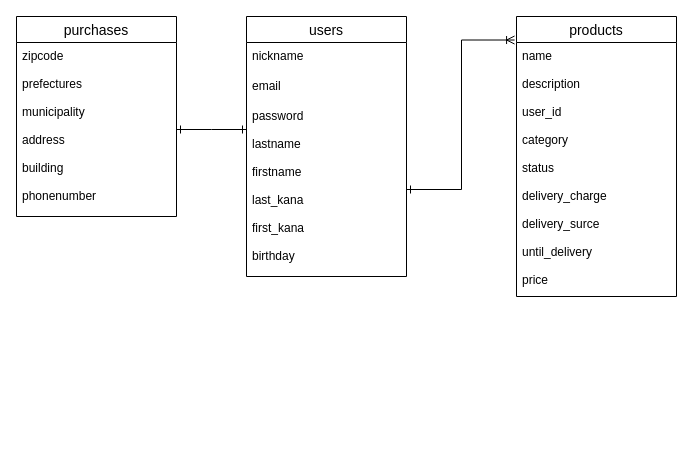
The draw.io diagram ER.dio in spirit-8/furima-35222, before the edit. Source tidied: cells renumbered, new cells numbered last; positions are measured from the earlier drawing's top-left corner, leaving out a move shared by most shapes. Both pictures are drawn from the tidied source at 100%, with x=0, y=0 at pixel (16, 16).
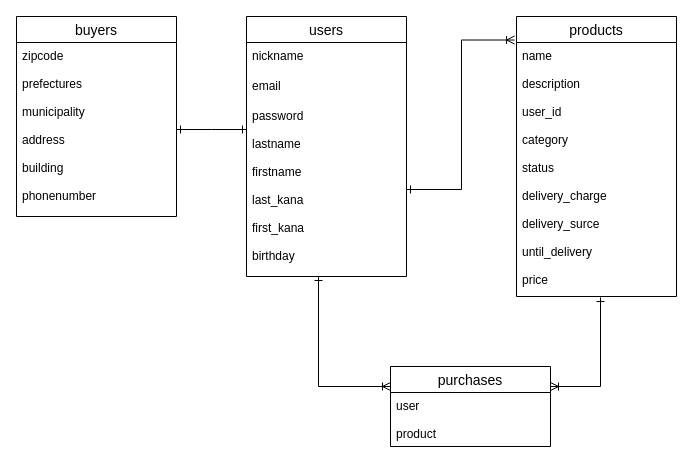
After the change.

Commit message (it also covers changes not shown here):
DB設計の修正

Diff of the diagram source:
```diff
@@
 <mxGraphModel>
   <root>
     <mxCell id="0" />
     <mxCell id="1" parent="0" />
     <mxCell id="2" value="users" style="swimlane;fontStyle=0;horizontal=1;startSize=26;align=center;fontSize=14;" parent="1" vertex="1">
       <mxGeometry x="230" width="160" height="260" as="geometry" />
     </mxCell>
     <mxCell id="3" value="nickname" style="text;strokeColor=none;fillColor=none;spacingLeft=4;spacingRight=4;overflow=hidden;fontSize=12;" parent="2" vertex="1">
       <mxGeometry y="26" width="160" height="30" as="geometry" />
     </mxCell>
     <mxCell id="4" value="email" style="text;strokeColor=none;fillColor=none;spacingLeft=4;spacingRight=4;overflow=hidden;fontSize=12;" parent="2" vertex="1">
       <mxGeometry y="56" width="160" height="30" as="geometry" />
     </mxCell>
     <mxCell id="5" value="password&#10;&#10;lastname&#10;&#10;firstname&#10;&#10;last_kana&#10;&#10;first_kana&#10;&#10;birthday&#10;" style="text;strokeColor=none;fillColor=none;spacingLeft=4;spacingRight=4;overflow=hidden;points=[[0,0.5],[1,0.5]];portConstraint=eastwest;fontSize=12;" parent="2" vertex="1">
       <mxGeometry y="86" width="160" height="174" as="geometry" />
     </mxCell>
     <mxCell id="6" value="products" style="swimlane;fontStyle=0;horizontal=1;startSize=26;align=center;fontSize=14;" parent="1" vertex="1">
       <mxGeometry x="500" width="160" height="280" as="geometry" />
     </mxCell>
     <mxCell id="7" value="name&#10;&#10;description&#10;&#10;user_id&#10;&#10;category&#10;&#10;status&#10;&#10;delivery_charge&#10;&#10;delivery_surce&#10;&#10;until_delivery&#10;&#10;price" style="text;strokeColor=none;fillColor=none;spacingLeft=4;spacingRight=4;overflow=hidden;points=[[0,0.5],[1,0.5]];portConstraint=eastwest;fontSize=12;" parent="6" vertex="1">
       <mxGeometry y="26" width="160" height="254" as="geometry" />
     </mxCell>
-    <mxCell id="8" value="purchases" style="swimlane;fontStyle=0;horizontal=1;startSize=26;align=center;fontSize=14;" parent="1" vertex="1">
+    <mxCell id="8" value="buyers" style="swimlane;fontStyle=0;horizontal=1;startSize=26;align=center;fontSize=14;" parent="1" vertex="1">
       <mxGeometry width="160" height="200" as="geometry" />
     </mxCell>
     <mxCell id="9" value="zipcode&#10;&#10;prefectures&#10;&#10;municipality&#10;&#10;address&#10;&#10;building&#10;&#10;phonenumber" style="text;strokeColor=none;fillColor=none;spacingLeft=4;spacingRight=4;overflow=hidden;points=[[0,0.5],[1,0.5]];portConstraint=eastwest;fontSize=12;" parent="8" vertex="1">
       <mxGeometry y="26" width="160" height="174" as="geometry" />
     </mxCell>
     <mxCell id="10" style="edgeStyle=orthogonalEdgeStyle;rounded=0;jettySize=auto;html=1;exitX=1;exitY=0.5;exitDx=0;exitDy=0;strokeColor=none;startArrow=ERone;startFill=0;endArrow=ERoneToMany;endFill=0;" parent="1" edge="1" source="5">
       <mxGeometry relative="1" as="geometry">
         <mxPoint x="230" y="101" as="targetPoint" />
       </mxGeometry>
     </mxCell>
     <mxCell id="11" style="edgeStyle=orthogonalEdgeStyle;rounded=0;jettySize=auto;html=1;exitX=1;exitY=0.5;exitDx=0;exitDy=0;entryX=-0.012;entryY=0.084;entryDx=0;entryDy=0;entryPerimeter=0;startArrow=ERone;startFill=0;endArrow=ERoneToMany;endFill=0;" parent="1" edge="1" source="5" target="6">
       <mxGeometry relative="1" as="geometry" />
     </mxCell>
     <mxCell id="12" style="edgeStyle=orthogonalEdgeStyle;rounded=0;jettySize=auto;html=1;exitX=1;exitY=0.5;exitDx=0;exitDy=0;startArrow=ERone;startFill=0;endArrow=ERone;endFill=0;" parent="1" edge="1" source="9">
       <mxGeometry relative="1" as="geometry">
         <mxPoint x="230" y="113" as="targetPoint" />
       </mxGeometry>
     </mxCell>
+    <mxCell id="13" style="edgeStyle=orthogonalEdgeStyle;rounded=0;jettySize=auto;html=1;exitX=1;exitY=0.25;exitDx=0;exitDy=0;entryX=0.525;entryY=1.004;entryDx=0;entryDy=0;entryPerimeter=0;startArrow=ERoneToMany;startFill=0;endArrow=ERone;endFill=0;" parent="1" edge="1" source="15" target="7">
+      <mxGeometry relative="1" as="geometry" />
+    </mxCell>
+    <mxCell id="14" style="edgeStyle=orthogonalEdgeStyle;rounded=0;jettySize=auto;html=1;exitX=0;exitY=0.25;exitDx=0;exitDy=0;entryX=0.45;entryY=1;entryDx=0;entryDy=0;entryPerimeter=0;startArrow=ERoneToMany;startFill=0;endArrow=ERone;endFill=0;" parent="1" edge="1" source="15" target="5">
+      <mxGeometry relative="1" as="geometry" />
+    </mxCell>
+    <mxCell id="15" value="purchases" style="swimlane;fontStyle=0;horizontal=1;startSize=26;align=center;fontSize=14;" parent="1" vertex="1">
+      <mxGeometry x="374" y="350" width="160" height="80" as="geometry" />
+    </mxCell>
+    <mxCell id="16" value="user&#10;&#10;product" style="text;strokeColor=none;fillColor=none;spacingLeft=4;spacingRight=4;overflow=hidden;fontSize=12;" parent="15" vertex="1">
+      <mxGeometry y="26" width="160" height="54" as="geometry" />
+    </mxCell>
   </root>
 </mxGraphModel>
```
